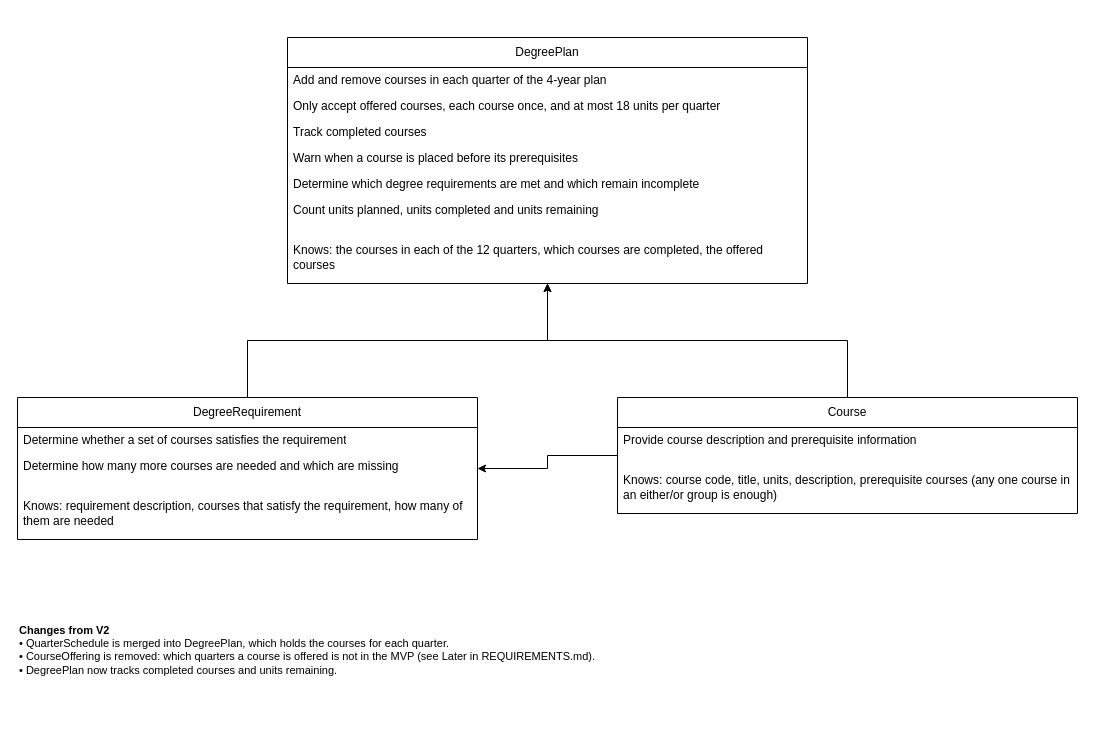
Above: docs/crc-diagram-v3.drawio in Keaanm/csci187-degree-planner (draw.io), before the change. Source tidied: cells renumbered, new cells numbered last; positions are measured from the earlier drawing's top-left corner, leaving out a move shared by most shapes. Both pictures are drawn from the tidied source at 100%, with x=0, y=0 at pixel (17, 37).
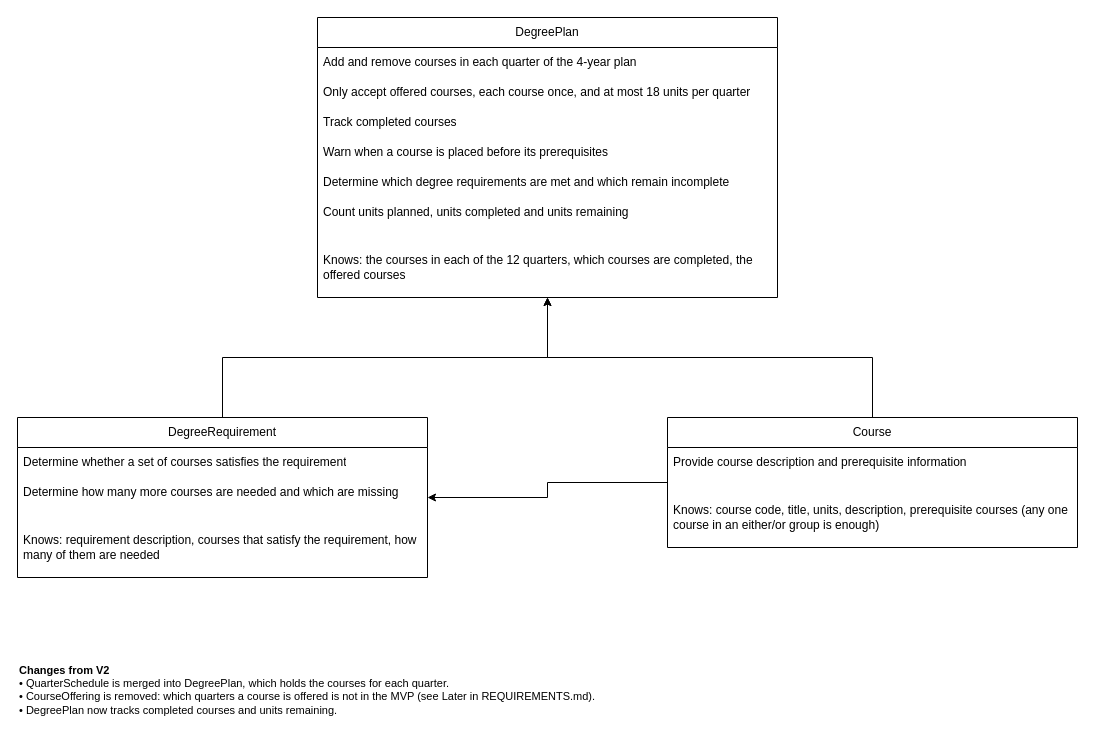
The same page after the edit.

Commit message:
Use V2's shape styles in CRC diagram V3

The edit, as a diff of the source:
```diff
@@
-    <mxCell id="2" value="DegreePlan" style="swimlane;fontStyle=0;horizontal=1;startSize=30;whiteSpace=wrap;html=1;fillColor=#ffffff;strokeColor=#000000;fontColor=#000000;" parent="1" vertex="1">
-      <mxGeometry x="270" width="520" height="246" as="geometry" />
+    <mxCell id="2" value="DegreePlan" style="swimlane;fontStyle=0;horizontal=1;startSize=30;whiteSpace=wrap;html=1;" parent="1" vertex="1">
+      <mxGeometry x="300" y="-20" width="460" height="280" as="geometry" />
     </mxCell>
-    <mxCell id="3" value="Add and remove courses in each quarter of the 4-year plan" style="text;strokeColor=none;fillColor=none;align=left;verticalAlign=middle;spacingLeft=4;spacingRight=4;overflow=hidden;whiteSpace=wrap;html=1;fontColor=#000000;" parent="2" vertex="1">
-      <mxGeometry y="30" width="520" height="26" as="geometry" />
+    <mxCell id="3" value="Add and remove courses in each quarter of the 4-year plan" style="text;strokeColor=none;fillColor=none;align=left;verticalAlign=middle;spacingLeft=4;spacingRight=4;overflow=hidden;whiteSpace=wrap;html=1;" parent="2" vertex="1">
+      <mxGeometry y="30" width="460" height="30" as="geometry" />
     </mxCell>
-    <mxCell id="4" value="Only accept offered courses, each course once, and at most 18 units per quarter" style="text;strokeColor=none;fillColor=none;align=left;verticalAlign=middle;spacingLeft=4;spacingRight=4;overflow=hidden;whiteSpace=wrap;html=1;fontColor=#000000;" parent="2" vertex="1">
-      <mxGeometry y="56" width="520" height="26" as="geometry" />
+    <mxCell id="4" value="Only accept offered courses, each course once, and at most 18 units per quarter" style="text;strokeColor=none;fillColor=none;align=left;verticalAlign=middle;spacingLeft=4;spacingRight=4;overflow=hidden;whiteSpace=wrap;html=1;" parent="2" vertex="1">
+      <mxGeometry y="60" width="460" height="30" as="geometry" />
     </mxCell>
-    <mxCell id="5" value="Track completed courses" style="text;strokeColor=none;fillColor=none;align=left;verticalAlign=middle;spacingLeft=4;spacingRight=4;overflow=hidden;whiteSpace=wrap;html=1;fontColor=#000000;" parent="2" vertex="1">
-      <mxGeometry y="82" width="520" height="26" as="geometry" />
+    <mxCell id="5" value="Track completed courses" style="text;strokeColor=none;fillColor=none;align=left;verticalAlign=middle;spacingLeft=4;spacingRight=4;overflow=hidden;whiteSpace=wrap;html=1;" parent="2" vertex="1">
+      <mxGeometry y="90" width="460" height="30" as="geometry" />
     </mxCell>
-    <mxCell id="6" value="Warn when a course is placed before its prerequisites" style="text;strokeColor=none;fillColor=none;align=left;verticalAlign=middle;spacingLeft=4;spacingRight=4;overflow=hidden;whiteSpace=wrap;html=1;fontColor=#000000;" parent="2" vertex="1">
-      <mxGeometry y="108" width="520" height="26" as="geometry" />
+    <mxCell id="6" value="Warn when a course is placed before its prerequisites" style="text;strokeColor=none;fillColor=none;align=left;verticalAlign=middle;spacingLeft=4;spacingRight=4;overflow=hidden;whiteSpace=wrap;html=1;" parent="2" vertex="1">
+      <mxGeometry y="120" width="460" height="30" as="geometry" />
     </mxCell>
-    <mxCell id="7" value="Determine which degree requirements are met and which remain incomplete" style="text;strokeColor=none;fillColor=none;align=left;verticalAlign=middle;spacingLeft=4;spacingRight=4;overflow=hidden;whiteSpace=wrap;html=1;fontColor=#000000;" parent="2" vertex="1">
-      <mxGeometry y="134" width="520" height="26" as="geometry" />
+    <mxCell id="7" value="Determine which degree requirements are met and which remain incomplete" style="text;strokeColor=none;fillColor=none;align=left;verticalAlign=middle;spacingLeft=4;spacingRight=4;overflow=hidden;whiteSpace=wrap;html=1;" parent="2" vertex="1">
+      <mxGeometry y="150" width="460" height="30" as="geometry" />
     </mxCell>
-    <mxCell id="8" value="Count units planned, units completed and units remaining" style="text;strokeColor=none;fillColor=none;align=left;verticalAlign=middle;spacingLeft=4;spacingRight=4;overflow=hidden;whiteSpace=wrap;html=1;fontColor=#000000;" parent="2" vertex="1">
-      <mxGeometry y="160" width="520" height="26" as="geometry" />
+    <mxCell id="8" value="Count units planned, units completed and units remaining" style="text;strokeColor=none;fillColor=none;align=left;verticalAlign=middle;spacingLeft=4;spacingRight=4;overflow=hidden;whiteSpace=wrap;html=1;" parent="2" vertex="1">
+      <mxGeometry y="180" width="460" height="30" as="geometry" />
     </mxCell>
-    <mxCell id="9" style="text;strokeColor=none;fillColor=none;align=left;verticalAlign=middle;spacingLeft=4;spacingRight=4;overflow=hidden;whiteSpace=wrap;html=1;fontColor=#000000;" parent="2" vertex="1">
-      <mxGeometry y="186" width="520" height="8" as="geometry" />
+    <mxCell id="9" style="text;strokeColor=none;fillColor=none;align=left;verticalAlign=middle;spacingLeft=4;spacingRight=4;overflow=hidden;whiteSpace=wrap;html=1;" parent="2" vertex="1">
+      <mxGeometry y="210" width="460" height="10" as="geometry" />
     </mxCell>
-    <mxCell id="10" value="Knows: the courses in each of the 12 quarters, which courses are completed, the offered courses" style="text;strokeColor=none;fillColor=none;align=left;verticalAlign=middle;spacingLeft=4;spacingRight=4;overflow=hidden;whiteSpace=wrap;html=1;fontColor=#000000;" parent="2" vertex="1">
-      <mxGeometry y="194" width="520" height="52" as="geometry" />
+    <mxCell id="10" value="Knows: the courses in each of the 12 quarters, which courses are completed, the offered courses" style="text;strokeColor=none;fillColor=none;align=left;verticalAlign=middle;spacingLeft=4;spacingRight=4;overflow=hidden;whiteSpace=wrap;html=1;" parent="2" vertex="1">
+      <mxGeometry y="220" width="460" height="60" as="geometry" />
     </mxCell>
-    <mxCell id="11" value="DegreeRequirement" style="swimlane;fontStyle=0;horizontal=1;startSize=30;whiteSpace=wrap;html=1;fillColor=#ffffff;strokeColor=#000000;fontColor=#000000;" parent="1" vertex="1">
-      <mxGeometry y="360" width="460" height="142" as="geometry" />
+    <mxCell id="11" value="DegreeRequirement" style="swimlane;fontStyle=0;horizontal=1;startSize=30;whiteSpace=wrap;html=1;" parent="1" vertex="1">
+      <mxGeometry y="380" width="410" height="160" as="geometry" />
     </mxCell>
-    <mxCell id="12" value="Determine whether a set of courses satisfies the requirement" style="text;strokeColor=none;fillColor=none;align=left;verticalAlign=middle;spacingLeft=4;spacingRight=4;overflow=hidden;whiteSpace=wrap;html=1;fontColor=#000000;" parent="11" vertex="1">
-      <mxGeometry y="30" width="460" height="26" as="geometry" />
+    <mxCell id="12" value="Determine whether a set of courses satisfies the requirement" style="text;strokeColor=none;fillColor=none;align=left;verticalAlign=middle;spacingLeft=4;spacingRight=4;overflow=hidden;whiteSpace=wrap;html=1;" parent="11" vertex="1">
+      <mxGeometry y="30" width="410" height="30" as="geometry" />
     </mxCell>
-    <mxCell id="13" value="Determine how many more courses are needed and which are missing" style="text;strokeColor=none;fillColor=none;align=left;verticalAlign=middle;spacingLeft=4;spacingRight=4;overflow=hidden;whiteSpace=wrap;html=1;fontColor=#000000;" parent="11" vertex="1">
-      <mxGeometry y="56" width="460" height="26" as="geometry" />
+    <mxCell id="13" value="Determine how many more courses are needed and which are missing" style="text;strokeColor=none;fillColor=none;align=left;verticalAlign=middle;spacingLeft=4;spacingRight=4;overflow=hidden;whiteSpace=wrap;html=1;" parent="11" vertex="1">
+      <mxGeometry y="60" width="410" height="30" as="geometry" />
     </mxCell>
-    <mxCell id="14" style="text;strokeColor=none;fillColor=none;align=left;verticalAlign=middle;spacingLeft=4;spacingRight=4;overflow=hidden;whiteSpace=wrap;html=1;fontColor=#000000;" parent="11" vertex="1">
-      <mxGeometry y="82" width="460" height="8" as="geometry" />
+    <mxCell id="14" style="text;strokeColor=none;fillColor=none;align=left;verticalAlign=middle;spacingLeft=4;spacingRight=4;overflow=hidden;whiteSpace=wrap;html=1;" parent="11" vertex="1">
+      <mxGeometry y="90" width="410" height="10" as="geometry" />
     </mxCell>
-    <mxCell id="15" value="Knows: requirement description, courses that satisfy the requirement, how many of them are needed" style="text;strokeColor=none;fillColor=none;align=left;verticalAlign=middle;spacingLeft=4;spacingRight=4;overflow=hidden;whiteSpace=wrap;html=1;fontColor=#000000;" parent="11" vertex="1">
-      <mxGeometry y="90" width="460" height="52" as="geometry" />
+    <mxCell id="15" value="Knows: requirement description, courses that satisfy the requirement, how many of them are needed" style="text;strokeColor=none;fillColor=none;align=left;verticalAlign=middle;spacingLeft=4;spacingRight=4;overflow=hidden;whiteSpace=wrap;html=1;" parent="11" vertex="1">
+      <mxGeometry y="100" width="410" height="60" as="geometry" />
     </mxCell>
-    <mxCell id="16" value="Course" style="swimlane;fontStyle=0;horizontal=1;startSize=30;whiteSpace=wrap;html=1;fillColor=#ffffff;strokeColor=#000000;fontColor=#000000;" parent="1" vertex="1">
-      <mxGeometry x="600" y="360" width="460" height="116" as="geometry" />
+    <mxCell id="16" value="Course" style="swimlane;fontStyle=0;horizontal=1;startSize=30;whiteSpace=wrap;html=1;" parent="1" vertex="1">
+      <mxGeometry x="650" y="380" width="410" height="130" as="geometry" />
     </mxCell>
-    <mxCell id="17" value="Provide course description and prerequisite information" style="text;strokeColor=none;fillColor=none;align=left;verticalAlign=middle;spacingLeft=4;spacingRight=4;overflow=hidden;whiteSpace=wrap;html=1;fontColor=#000000;" parent="16" vertex="1">
-      <mxGeometry y="30" width="460" height="26" as="geometry" />
+    <mxCell id="17" value="Provide course description and prerequisite information" style="text;strokeColor=none;fillColor=none;align=left;verticalAlign=middle;spacingLeft=4;spacingRight=4;overflow=hidden;whiteSpace=wrap;html=1;" parent="16" vertex="1">
+      <mxGeometry y="30" width="410" height="30" as="geometry" />
     </mxCell>
-    <mxCell id="18" style="text;strokeColor=none;fillColor=none;align=left;verticalAlign=middle;spacingLeft=4;spacingRight=4;overflow=hidden;whiteSpace=wrap;html=1;fontColor=#000000;" parent="16" vertex="1">
-      <mxGeometry y="56" width="460" height="8" as="geometry" />
+    <mxCell id="18" style="text;strokeColor=none;fillColor=none;align=left;verticalAlign=middle;spacingLeft=4;spacingRight=4;overflow=hidden;whiteSpace=wrap;html=1;" parent="16" vertex="1">
+      <mxGeometry y="60" width="410" height="10" as="geometry" />
     </mxCell>
-    <mxCell id="19" value="Knows: course code, title, units, description, prerequisite courses (any one course in an either/or group is enough)" style="text;strokeColor=none;fillColor=none;align=left;verticalAlign=middle;spacingLeft=4;spacingRight=4;overflow=hidden;whiteSpace=wrap;html=1;fontColor=#000000;" parent="16" vertex="1">
-      <mxGeometry y="64" width="460" height="52" as="geometry" />
+    <mxCell id="19" value="Knows: course code, title, units, description, prerequisite courses (any one course in an either/or group is enough)" style="text;strokeColor=none;fillColor=none;align=left;verticalAlign=middle;spacingLeft=4;spacingRight=4;overflow=hidden;whiteSpace=wrap;html=1;" parent="16" vertex="1">
+      <mxGeometry y="70" width="410" height="60" as="geometry" />
     </mxCell>
-    <mxCell id="20" style="edgeStyle=orthogonalEdgeStyle;rounded=0;html=1;endArrow=classic;endFill=1;strokeColor=#000000;" parent="1" edge="1" source="11" target="2">
+    <mxCell id="20" style="edgeStyle=orthogonalEdgeStyle;rounded=0;jettySize=auto;html=1;" parent="1" edge="1" source="11" target="2">
       <mxGeometry relative="1" as="geometry" />
     </mxCell>
-    <mxCell id="21" style="edgeStyle=orthogonalEdgeStyle;rounded=0;html=1;endArrow=classic;endFill=1;strokeColor=#000000;" parent="1" edge="1" source="16" target="2">
+    <mxCell id="21" style="edgeStyle=orthogonalEdgeStyle;rounded=0;jettySize=auto;html=1;" parent="1" edge="1" source="16" target="2">
       <mxGeometry relative="1" as="geometry" />
     </mxCell>
-    <mxCell id="22" style="edgeStyle=orthogonalEdgeStyle;rounded=0;html=1;endArrow=classic;endFill=1;strokeColor=#000000;" parent="1" edge="1" source="16" target="11">
+    <mxCell id="22" style="edgeStyle=orthogonalEdgeStyle;rounded=0;jettySize=auto;html=1;" parent="1" edge="1" source="16" target="11">
       <mxGeometry relative="1" as="geometry" />
     </mxCell>
-    <mxCell id="23" value="&lt;b&gt;Changes from V2&lt;/b&gt;&lt;br&gt;• QuarterSchedule is merged into DegreePlan, which holds the courses for each quarter.&lt;br&gt;• CourseOffering is removed: which quarters a course is offered is not in the MVP (see Later in REQUIREMENTS.md).&lt;br&gt;• DegreePlan now tracks completed courses and units remaining." style="text;html=1;align=left;verticalAlign=top;whiteSpace=wrap;fontSize=11;fontColor=#000000;" parent="1" vertex="1">
-      <mxGeometry y="580" width="1060" height="70" as="geometry" />
+    <mxCell id="23" value="&lt;b&gt;Changes from V2&lt;/b&gt;&lt;br&gt;• QuarterSchedule is merged into DegreePlan, which holds the courses for each quarter.&lt;br&gt;• CourseOffering is removed: which quarters a course is offered is not in the MVP (see Later in REQUIREMENTS.md).&lt;br&gt;• DegreePlan now tracks completed courses and units remaining." style="text;html=1;align=left;verticalAlign=top;whiteSpace=wrap;fontSize=11;" parent="1" vertex="1">
+      <mxGeometry y="620" width="1060" height="70" as="geometry" />
     </mxCell>
```
